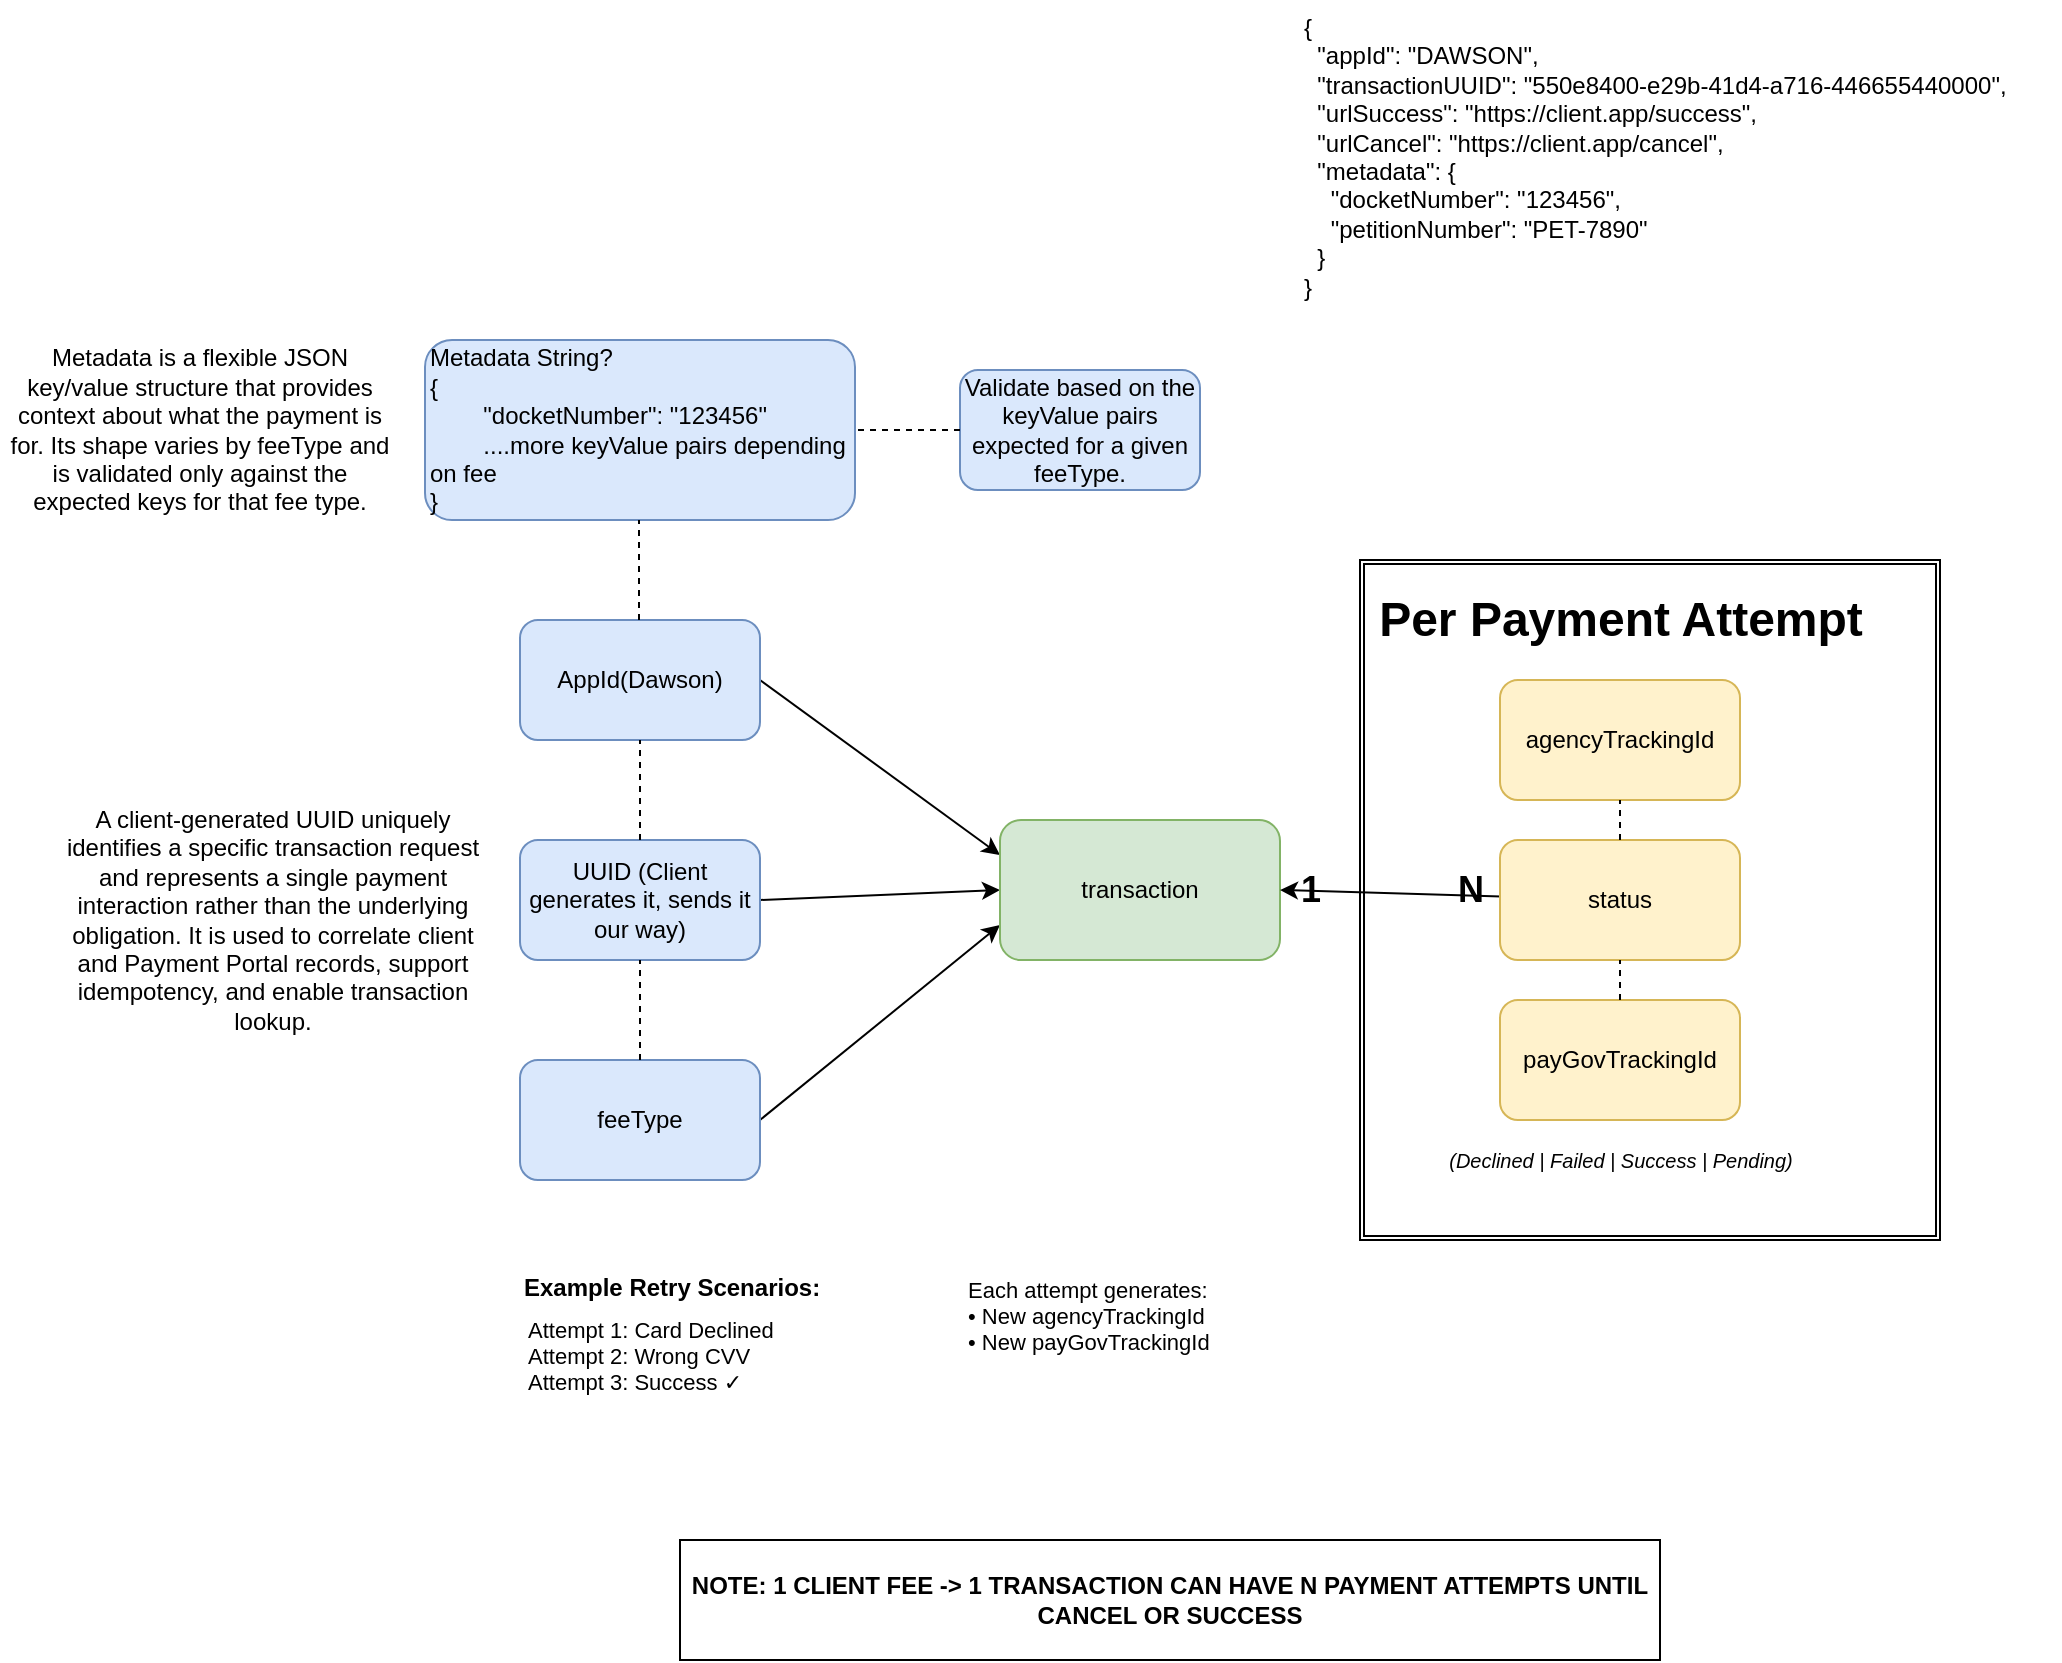
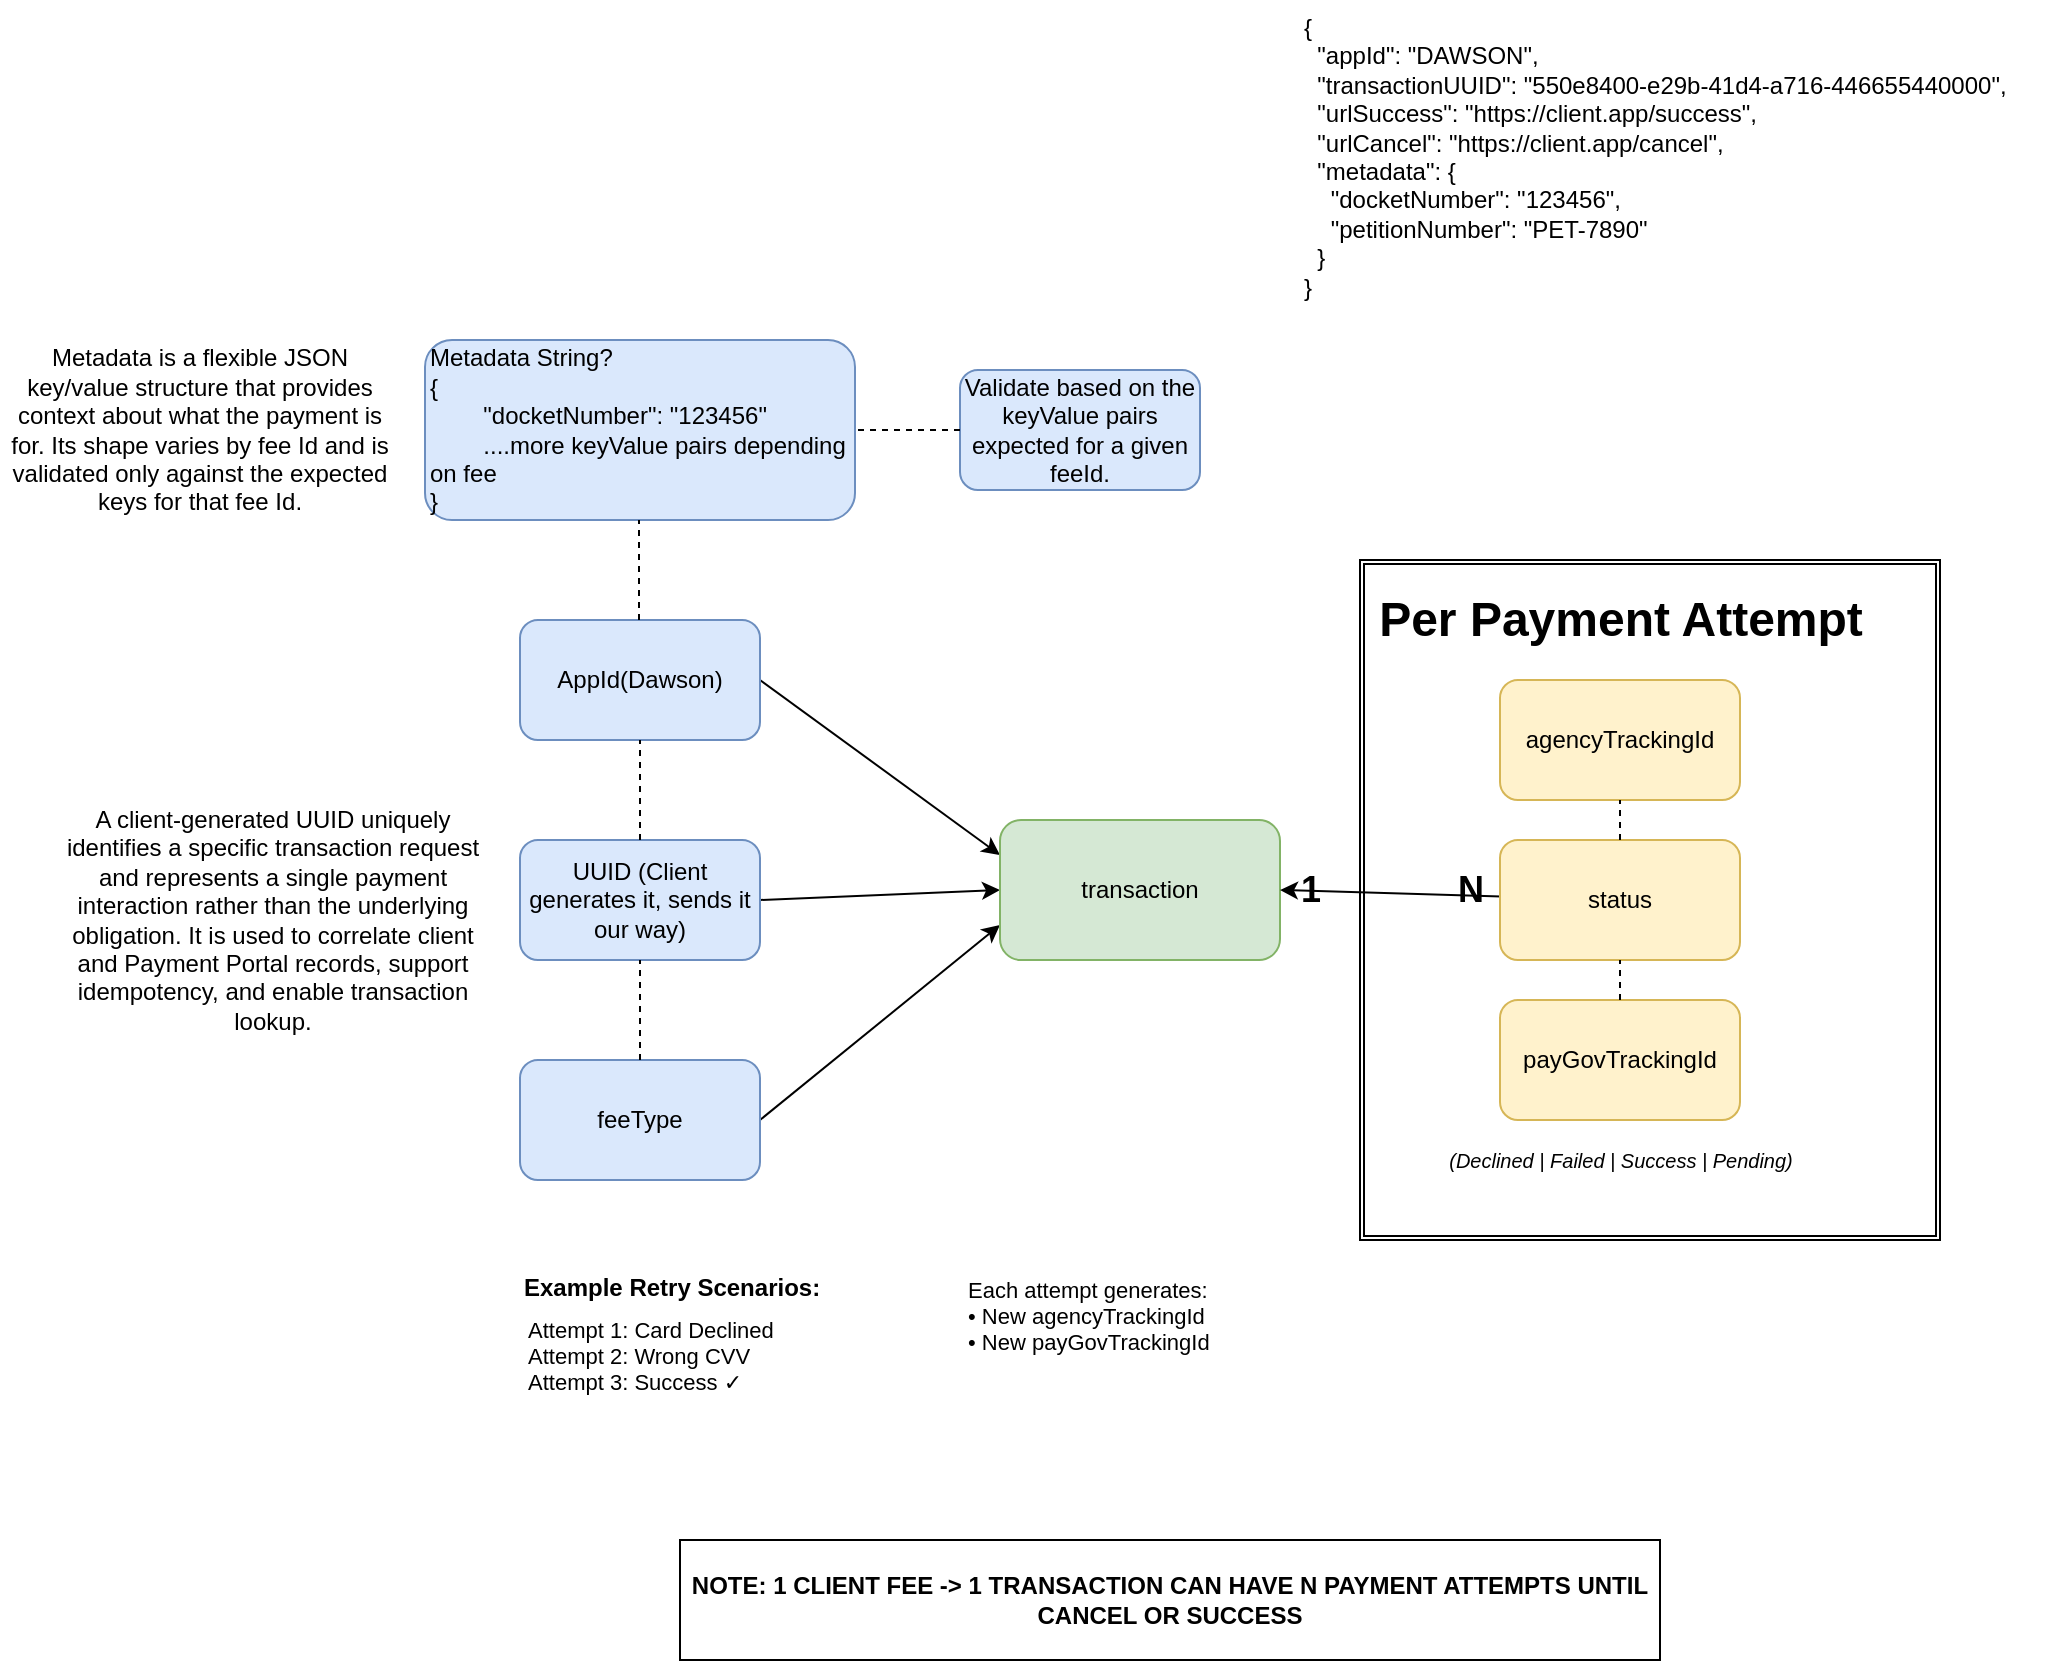
<mxfile host="65bd71144e">
    <diagram id="44C6MNScdNAlMVhiBaLj" name="Page-1">
-         <mxGraphModel dx="3003" dy="2410" grid="1" gridSize="10" guides="1" tooltips="1" connect="1" arrows="1" fold="1" page="1" pageScale="1" pageWidth="850" pageHeight="1100" math="0" shadow="0">
+         <mxGraphModel dx="1249" dy="1551" grid="1" gridSize="10" guides="1" tooltips="1" connect="1" arrows="1" fold="1" page="1" pageScale="1" pageWidth="850" pageHeight="1100" math="0" shadow="0">
            <root>
                <mxCell id="0"/>
                <mxCell id="1" parent="0"/>
                <mxCell id="14" style="edgeStyle=none;html=1;exitX=1;exitY=0.5;exitDx=0;exitDy=0;entryX=0;entryY=0.25;entryDx=0;entryDy=0;" parent="1" source="2" target="8" edge="1">
                    <mxGeometry relative="1" as="geometry"/>
                </mxCell>
                <mxCell id="2" value="AppId(Dawson)" style="rounded=1;whiteSpace=wrap;html=1;fillColor=#dae8fc;strokeColor=#6c8ebf;" parent="1" vertex="1">
                    <mxGeometry x="180" y="160" width="120" height="60" as="geometry"/>
                </mxCell>
                <mxCell id="15" style="edgeStyle=none;html=1;exitX=1;exitY=0.5;exitDx=0;exitDy=0;entryX=0;entryY=0.5;entryDx=0;entryDy=0;" parent="1" source="5" target="8" edge="1">
                    <mxGeometry relative="1" as="geometry"/>
                </mxCell>
                <mxCell id="5" value="UUID (Client generates it, sends it our way)" style="rounded=1;whiteSpace=wrap;html=1;fillColor=#dae8fc;strokeColor=#6c8ebf;" parent="1" vertex="1">
                    <mxGeometry x="180" y="270" width="120" height="60" as="geometry"/>
                </mxCell>
                <mxCell id="16" style="edgeStyle=none;html=1;exitX=1;exitY=0.5;exitDx=0;exitDy=0;entryX=0;entryY=0.75;entryDx=0;entryDy=0;" parent="1" source="7" target="8" edge="1">
                    <mxGeometry relative="1" as="geometry"/>
                </mxCell>
                <mxCell id="7" value="feeType" style="rounded=1;whiteSpace=wrap;html=1;fillColor=#dae8fc;strokeColor=#6c8ebf;" parent="1" vertex="1">
                    <mxGeometry x="180" y="380" width="120" height="60" as="geometry"/>
                </mxCell>
                <mxCell id="8" value="transaction" style="rounded=1;whiteSpace=wrap;html=1;fillColor=#d5e8d4;strokeColor=#82b366;" parent="1" vertex="1">
                    <mxGeometry x="420" y="260" width="140" height="70" as="geometry"/>
                </mxCell>
                <mxCell id="19" value="" style="shape=ext;double=1;rounded=0;whiteSpace=wrap;html=1;" parent="1" vertex="1">
                    <mxGeometry x="600" y="130" width="290" height="340" as="geometry"/>
                </mxCell>
                <mxCell id="17" value="" style="endArrow=none;dashed=1;html=1;entryX=0.5;entryY=1;entryDx=0;entryDy=0;exitX=0.5;exitY=0;exitDx=0;exitDy=0;" parent="1" source="7" target="5" edge="1">
                    <mxGeometry width="50" height="50" relative="1" as="geometry">
                        <mxPoint x="190" y="390" as="sourcePoint"/>
                        <mxPoint x="240" y="340" as="targetPoint"/>
                    </mxGeometry>
                </mxCell>
                <mxCell id="18" value="" style="endArrow=none;dashed=1;html=1;entryX=0.5;entryY=1;entryDx=0;entryDy=0;exitX=0.5;exitY=0;exitDx=0;exitDy=0;" parent="1" source="5" target="2" edge="1">
                    <mxGeometry width="50" height="50" relative="1" as="geometry">
                        <mxPoint x="210" y="280" as="sourcePoint"/>
                        <mxPoint x="260" y="230" as="targetPoint"/>
                    </mxGeometry>
                </mxCell>
                <mxCell id="10" value="agencyTrackingId" style="rounded=1;whiteSpace=wrap;html=1;fillColor=#fff2cc;strokeColor=#d6b656;" parent="1" vertex="1">
                    <mxGeometry x="670" y="190" width="120" height="60" as="geometry"/>
                </mxCell>
                <mxCell id="11" value="payGovTrackingId" style="rounded=1;whiteSpace=wrap;html=1;fillColor=#fff2cc;strokeColor=#d6b656;" parent="1" vertex="1">
                    <mxGeometry x="670" y="350" width="120" height="60" as="geometry"/>
                </mxCell>
                <mxCell id="13" value="" style="endArrow=classic;startArrow=classic;html=1;exitX=1;exitY=0.5;exitDx=0;exitDy=0;" parent="1" source="8" edge="1">
                    <mxGeometry width="50" height="50" relative="1" as="geometry">
                        <mxPoint x="620" y="330" as="sourcePoint"/>
                        <mxPoint x="730" y="300" as="targetPoint"/>
                    </mxGeometry>
                </mxCell>
                <mxCell id="22" value="Per Payment Attempt" style="text;strokeColor=none;fillColor=none;html=1;fontSize=24;fontStyle=1;verticalAlign=middle;align=center;" parent="1" vertex="1">
                    <mxGeometry x="680" y="140" width="100" height="40" as="geometry"/>
                </mxCell>
                <mxCell id="23" value="1" style="text;strokeColor=none;fillColor=none;html=1;fontSize=18;fontStyle=1;verticalAlign=middle;align=center;" parent="1" vertex="1">
                    <mxGeometry x="560" y="280" width="30" height="30" as="geometry"/>
                </mxCell>
                <mxCell id="24" value="N" style="text;strokeColor=none;fillColor=none;html=1;fontSize=18;fontStyle=1;verticalAlign=middle;align=center;" parent="1" vertex="1">
                    <mxGeometry x="640" y="280" width="30" height="30" as="geometry"/>
                </mxCell>
                <mxCell id="25" value="Example Retry Scenarios:" style="text;strokeColor=none;fillColor=none;html=1;fontSize=12;fontStyle=1;verticalAlign=top;align=left;" parent="1" vertex="1">
                    <mxGeometry x="180" y="480" width="180" height="20" as="geometry"/>
                </mxCell>
                <mxCell id="26" value="Attempt 1: Card Declined&#xa;Attempt 2: Wrong CVV&#xa;Attempt 3: Success ✓" style="text;strokeColor=none;fillColor=none;html=1;fontSize=11;verticalAlign=top;align=left;spacing=4;" parent="1" vertex="1">
                    <mxGeometry x="180" y="500" width="180" height="60" as="geometry"/>
                </mxCell>
                <mxCell id="27" value="Each attempt generates:&lt;br&gt;• New agencyTrackingId&lt;br&gt;• New payGovTrackingId&lt;div&gt;&lt;br/&gt;&lt;/div&gt;" style="text;strokeColor=none;fillColor=none;html=1;fontSize=11;verticalAlign=top;align=left;spacing=4;" parent="1" vertex="1">
                    <mxGeometry x="400" y="480" width="180" height="80" as="geometry"/>
                </mxCell>
                <mxCell id="28" value="status" style="rounded=1;whiteSpace=wrap;html=1;fillColor=#fff2cc;strokeColor=#d6b656;" parent="1" vertex="1">
                    <mxGeometry x="670" y="270" width="120" height="60" as="geometry"/>
                </mxCell>
                <mxCell id="29" value="" style="endArrow=none;dashed=1;html=1;entryX=0.5;entryY=1;entryDx=0;entryDy=0;exitX=0.5;exitY=0;exitDx=0;exitDy=0;" parent="1" source="28" target="10" edge="1">
                    <mxGeometry width="50" height="50" relative="1" as="geometry">
                        <mxPoint x="730" y="280" as="sourcePoint"/>
                        <mxPoint x="730" y="250" as="targetPoint"/>
                    </mxGeometry>
                </mxCell>
                <mxCell id="30" value="" style="endArrow=none;dashed=1;html=1;entryX=0.5;entryY=1;entryDx=0;entryDy=0;exitX=0.5;exitY=0;exitDx=0;exitDy=0;" parent="1" source="11" target="28" edge="1">
                    <mxGeometry width="50" height="50" relative="1" as="geometry">
                        <mxPoint x="730" y="360" as="sourcePoint"/>
                        <mxPoint x="730" y="330" as="targetPoint"/>
                    </mxGeometry>
                </mxCell>
                <mxCell id="31" value="(Declined | Failed | Success | Pending)" style="text;strokeColor=none;fillColor=none;html=1;fontSize=10;fontStyle=2;verticalAlign=middle;align=center;" parent="1" vertex="1">
                    <mxGeometry x="630" y="420" width="200" height="20" as="geometry"/>
                </mxCell>
                <mxCell id="32" value="&lt;b&gt;NOTE: 1 CLIENT FEE -&amp;gt; 1 TRANSACTION CAN HAVE N PAYMENT ATTEMPTS UNTIL CANCEL OR SUCCESS&lt;/b&gt;" style="rounded=0;whiteSpace=wrap;html=1;" parent="1" vertex="1">
                    <mxGeometry x="260" y="620" width="490" height="60" as="geometry"/>
                </mxCell>
                <mxCell id="33" value="Metadata String?&lt;div&gt;{&lt;/div&gt;&lt;div&gt;&lt;span style=&quot;white-space: pre;&quot;&gt;&#x9;&lt;/span&gt;&quot;docketNumber&quot;: &quot;123456&quot;&lt;/div&gt;&lt;div&gt;&lt;span style=&quot;white-space: pre;&quot;&gt;&#x9;&lt;/span&gt;....more keyValue pairs depending on fee&lt;br&gt;&lt;/div&gt;&lt;div&gt;}&lt;/div&gt;" style="rounded=1;whiteSpace=wrap;html=1;fillColor=#dae8fc;strokeColor=#6c8ebf;align=left;" parent="1" vertex="1">
                    <mxGeometry x="132.5" y="20" width="215" height="90" as="geometry"/>
                </mxCell>
                <mxCell id="35" value="" style="endArrow=none;dashed=1;html=1;entryX=0.5;entryY=1;entryDx=0;entryDy=0;exitX=0.5;exitY=0;exitDx=0;exitDy=0;" parent="1" edge="1">
                    <mxGeometry width="50" height="50" relative="1" as="geometry">
                        <mxPoint x="239.5" y="160" as="sourcePoint"/>
                        <mxPoint x="239.5" y="110" as="targetPoint"/>
                    </mxGeometry>
                </mxCell>
-                 <mxCell id="36" value="Validate based on the keyValue pairs expected for a given feeType." style="rounded=1;whiteSpace=wrap;html=1;fillColor=#dae8fc;strokeColor=#6c8ebf;" parent="1" vertex="1">
+                 <mxCell id="36" value="Validate based on the keyValue pairs expected for a given feeId." style="rounded=1;whiteSpace=wrap;html=1;fillColor=#dae8fc;strokeColor=#6c8ebf;" parent="1" vertex="1">
                    <mxGeometry x="400" y="35" width="120" height="60" as="geometry"/>
                </mxCell>
                <mxCell id="37" value="" style="endArrow=none;dashed=1;html=1;entryX=1;entryY=0.5;entryDx=0;entryDy=0;exitX=0;exitY=0.5;exitDx=0;exitDy=0;" parent="1" source="36" target="33" edge="1">
                    <mxGeometry width="50" height="50" relative="1" as="geometry">
                        <mxPoint x="380" y="120" as="sourcePoint"/>
                        <mxPoint x="380" y="70" as="targetPoint"/>
                    </mxGeometry>
                </mxCell>
                <mxCell id="38" value="A client-generated UUID uniquely identifies a specific transaction request and represents a single payment interaction rather than the underlying obligation. It is used to correlate client and Payment Portal records, support idempotency, and enable transaction lookup." style="text;html=1;align=center;verticalAlign=middle;whiteSpace=wrap;rounded=0;" vertex="1" parent="1">
                    <mxGeometry x="-50" y="240" width="212.5" height="140" as="geometry"/>
                </mxCell>
-                 <mxCell id="40" value="Metadata is a flexible JSON key/value structure that provides context about what the payment is for. Its shape varies by feeType and is validated only against the expected keys for that fee type." style="text;html=1;align=center;verticalAlign=middle;whiteSpace=wrap;rounded=0;" vertex="1" parent="1">
+                 <mxCell id="40" value="Metadata is a flexible JSON key/value structure that provides context about what the payment is for. Its shape varies by fee Id and is validated only against the expected keys for that fee Id." style="text;html=1;align=center;verticalAlign=middle;whiteSpace=wrap;rounded=0;" vertex="1" parent="1">
                    <mxGeometry x="-80" y="10" width="200" height="110" as="geometry"/>
                </mxCell>
                <UserObject label="{&#xa;  &quot;appId&quot;: &quot;DAWSON&quot;,&#xa;  &quot;transactionUUID&quot;: &quot;550e8400-e29b-41d4-a716-446655440000&quot;,&#xa;  &quot;urlSuccess&quot;: &quot;https://client.app/success&quot;,&#xa;  &quot;urlCancel&quot;: &quot;https://client.app/cancel&quot;,&#xa;  &quot;metadata&quot;: {&#xa;    &quot;docketNumber&quot;: &quot;123456&quot;,&#xa;    &quot;petitionNumber&quot;: &quot;PET-7890&quot;&#xa;  }&#xa;}" link="{&#xa;  &quot;appId&quot;: &quot;DAWSON&quot;,&#xa;  &quot;transactionUUID&quot;: &quot;550e8400-e29b-41d4-a716-446655440000&quot;,&#xa;  &quot;urlSuccess&quot;: &quot;https://client.app/success&quot;,&#xa;  &quot;urlCancel&quot;: &quot;https://client.app/cancel&quot;,&#xa;  &quot;metadata&quot;: {&#xa;    &quot;docketNumber&quot;: &quot;123456&quot;,&#xa;    &quot;petitionNumber&quot;: &quot;PET-7890&quot;&#xa;  }&#xa;}" id="42">
                    <mxCell style="text;whiteSpace=wrap;" vertex="1" parent="1">
                        <mxGeometry x="570" y="-150" width="380" height="170" as="geometry"/>
                    </mxCell>
                </UserObject>
            </root>
        </mxGraphModel>
    </diagram>
</mxfile>
